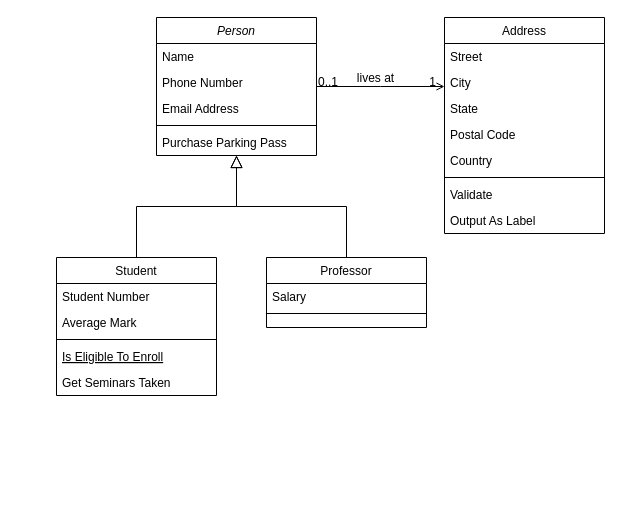
Above: 제목 없는 다이어그램.drawio in duathcys/-ToDo (draw.io), before the change. Source tidied: cells renumbered, new cells numbered last; positions are measured from the earlier drawing's top-left corner, leaving out a move shared by most shapes. Both pictures are drawn from the tidied source at 100%, with x=0, y=0 at pixel (56, 17).
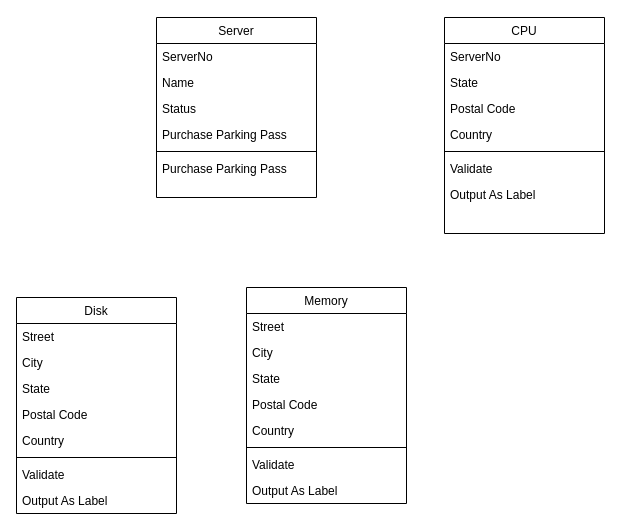
After the change.

Commit message:
제목 없는 다이어그램.drawio 업데이트

Diff of the diagram source:
```diff
@@
-    <mxCell id="2" value="Person" style="swimlane;fontStyle=2;align=center;verticalAlign=top;horizontal=1;startSize=26;rounded=0;shadow=0;strokeWidth=1;" parent="1" vertex="1">
-      <mxGeometry x="100" width="160" height="138" as="geometry" />
+    <mxCell id="2" value="Server" style="swimlane;fontStyle=0;align=center;verticalAlign=top;horizontal=1;startSize=26;rounded=0;shadow=0;strokeWidth=1;" parent="1" vertex="1">
+      <mxGeometry x="100" width="160" height="180" as="geometry" />
     </mxCell>
-    <mxCell id="3" value="Name" style="text;align=left;verticalAlign=top;spacingLeft=4;spacingRight=4;overflow=hidden;" parent="2" vertex="1">
+    <mxCell id="3" value="ServerNo" style="text;align=left;verticalAlign=top;spacingLeft=4;spacingRight=4;overflow=hidden;" parent="2" vertex="1">
       <mxGeometry y="26" width="160" height="26" as="geometry" />
     </mxCell>
-    <mxCell id="4" value="Phone Number" style="text;align=left;verticalAlign=top;spacingLeft=4;spacingRight=4;overflow=hidden;rounded=0;shadow=0;html=0;" parent="2" vertex="1">
+    <mxCell id="4" value="Name" style="text;align=left;verticalAlign=top;spacingLeft=4;spacingRight=4;overflow=hidden;rounded=0;shadow=0;html=0;" parent="2" vertex="1">
       <mxGeometry y="52" width="160" height="26" as="geometry" />
     </mxCell>
-    <mxCell id="5" value="Email Address" style="text;align=left;verticalAlign=top;spacingLeft=4;spacingRight=4;overflow=hidden;rounded=0;shadow=0;html=0;" parent="2" vertex="1">
+    <mxCell id="5" value="Status" style="text;align=left;verticalAlign=top;spacingLeft=4;spacingRight=4;overflow=hidden;rounded=0;shadow=0;html=0;" parent="2" vertex="1">
       <mxGeometry y="78" width="160" height="26" as="geometry" />
     </mxCell>
+    <mxCell id="7" value="Purchase Parking Pass" style="text;align=left;verticalAlign=top;spacingLeft=4;spacingRight=4;overflow=hidden;" parent="2" vertex="1">
+      <mxGeometry y="104" width="160" height="26" as="geometry" />
+    </mxCell>
     <mxCell id="6" style="line;html=1;strokeWidth=1;align=left;verticalAlign=middle;spacingTop=-1;spacingLeft=3;spacingRight=3;labelPosition=right;" parent="2" vertex="1">
-      <mxGeometry y="104" width="160" height="8" as="geometry" />
+      <mxGeometry y="130" width="160" height="8" as="geometry" />
     </mxCell>
-    <mxCell id="7" value="Purchase Parking Pass" style="text;align=left;verticalAlign=top;spacingLeft=4;spacingRight=4;overflow=hidden;" parent="2" vertex="1">
-      <mxGeometry y="112" width="160" height="26" as="geometry" />
-    </mxCell>
-    <mxCell id="8" value="Student" style="swimlane;fontStyle=0;align=center;verticalAlign=top;horizontal=1;startSize=26;rounded=0;shadow=0;strokeWidth=1;" parent="1" vertex="1">
-      <mxGeometry y="240" width="160" height="138" as="geometry" />
-    </mxCell>
-    <mxCell id="9" value="Student Number" style="text;align=left;verticalAlign=top;spacingLeft=4;spacingRight=4;overflow=hidden;" parent="8" vertex="1">
-      <mxGeometry y="26" width="160" height="26" as="geometry" />
-    </mxCell>
-    <mxCell id="10" value="Average Mark" style="text;align=left;verticalAlign=top;spacingLeft=4;spacingRight=4;overflow=hidden;rounded=0;shadow=0;html=0;" parent="8" vertex="1">
-      <mxGeometry y="52" width="160" height="26" as="geometry" />
-    </mxCell>
-    <mxCell id="11" style="line;html=1;strokeWidth=1;align=left;verticalAlign=middle;spacingTop=-1;spacingLeft=3;spacingRight=3;labelPosition=right;" parent="8" vertex="1">
-      <mxGeometry y="78" width="160" height="8" as="geometry" />
-    </mxCell>
-    <mxCell id="12" value="Is Eligible To Enroll" style="text;align=left;verticalAlign=top;spacingLeft=4;spacingRight=4;overflow=hidden;fontStyle=4;" parent="8" vertex="1">
-      <mxGeometry y="86" width="160" height="26" as="geometry" />
-    </mxCell>
-    <mxCell id="13" value="Get Seminars Taken" style="text;align=left;verticalAlign=top;spacingLeft=4;spacingRight=4;overflow=hidden;" parent="8" vertex="1">
-      <mxGeometry y="112" width="160" height="26" as="geometry" />
-    </mxCell>
-    <mxCell id="14" style="endArrow=block;endSize=10;endFill=0;shadow=0;strokeWidth=1;rounded=0;edgeStyle=elbowEdgeStyle;elbow=vertical;" parent="1" edge="1" source="8" target="2">
-      <mxGeometry relative="1" as="geometry" />
-    </mxCell>
-    <mxCell id="15" value="Professor" style="swimlane;fontStyle=0;align=center;verticalAlign=top;horizontal=1;startSize=26;rounded=0;shadow=0;strokeWidth=1;" parent="1" vertex="1">
-      <mxGeometry x="210" y="240" width="160" height="70" as="geometry" />
-    </mxCell>
-    <mxCell id="16" value="Salary" style="text;align=left;verticalAlign=top;spacingLeft=4;spacingRight=4;overflow=hidden;" parent="15" vertex="1">
-      <mxGeometry y="26" width="160" height="26" as="geometry" />
-    </mxCell>
-    <mxCell id="17" style="line;html=1;strokeWidth=1;align=left;verticalAlign=middle;spacingTop=-1;spacingLeft=3;spacingRight=3;labelPosition=right;" parent="15" vertex="1">
-      <mxGeometry y="52" width="160" height="8" as="geometry" />
-    </mxCell>
-    <mxCell id="18" style="endArrow=block;endSize=10;endFill=0;shadow=0;strokeWidth=1;rounded=0;edgeStyle=elbowEdgeStyle;elbow=vertical;" parent="1" edge="1" source="15" target="2">
-      <mxGeometry relative="1" as="geometry" />
-    </mxCell>
+    <mxCell id="32" value="Purchase Parking Pass" style="text;align=left;verticalAlign=top;spacingLeft=4;spacingRight=4;overflow=hidden;" parent="2" vertex="1">
+      <mxGeometry y="138" width="160" height="26" as="geometry" />
+    </mxCell>
-    <mxCell id="19" value="Address" style="swimlane;fontStyle=0;align=center;verticalAlign=top;horizontal=1;startSize=26;rounded=0;shadow=0;strokeWidth=1;" parent="1" vertex="1">
+    <mxCell id="19" value="CPU" style="swimlane;fontStyle=0;align=center;verticalAlign=top;horizontal=1;startSize=26;rounded=0;shadow=0;strokeWidth=1;" parent="1" vertex="1">
       <mxGeometry x="388" width="160" height="216" as="geometry" />
     </mxCell>
-    <mxCell id="20" value="Street" style="text;align=left;verticalAlign=top;spacingLeft=4;spacingRight=4;overflow=hidden;" parent="19" vertex="1">
+    <mxCell id="20" value="ServerNo" style="text;align=left;verticalAlign=top;spacingLeft=4;spacingRight=4;overflow=hidden;" parent="19" vertex="1">
       <mxGeometry y="26" width="160" height="26" as="geometry" />
     </mxCell>
-    <mxCell id="21" value="City" style="text;align=left;verticalAlign=top;spacingLeft=4;spacingRight=4;overflow=hidden;rounded=0;shadow=0;html=0;" parent="19" vertex="1">
-      <mxGeometry y="52" width="160" height="26" as="geometry" />
-    </mxCell>
     <mxCell id="22" value="State" style="text;align=left;verticalAlign=top;spacingLeft=4;spacingRight=4;overflow=hidden;rounded=0;shadow=0;html=0;" parent="19" vertex="1">
-      <mxGeometry y="78" width="160" height="26" as="geometry" />
+      <mxGeometry y="52" width="160" height="26" as="geometry" />
     </mxCell>
     <mxCell id="23" value="Postal Code" style="text;align=left;verticalAlign=top;spacingLeft=4;spacingRight=4;overflow=hidden;rounded=0;shadow=0;html=0;" parent="19" vertex="1">
-      <mxGeometry y="104" width="160" height="26" as="geometry" />
+      <mxGeometry y="78" width="160" height="26" as="geometry" />
     </mxCell>
     <mxCell id="24" value="Country" style="text;align=left;verticalAlign=top;spacingLeft=4;spacingRight=4;overflow=hidden;rounded=0;shadow=0;html=0;" parent="19" vertex="1">
-      <mxGeometry y="130" width="160" height="26" as="geometry" />
+      <mxGeometry y="104" width="160" height="26" as="geometry" />
     </mxCell>
     <mxCell id="25" style="line;html=1;strokeWidth=1;align=left;verticalAlign=middle;spacingTop=-1;spacingLeft=3;spacingRight=3;labelPosition=right;" parent="19" vertex="1">
-      <mxGeometry y="156" width="160" height="8" as="geometry" />
+      <mxGeometry y="130" width="160" height="8" as="geometry" />
     </mxCell>
     <mxCell id="26" value="Validate" style="text;align=left;verticalAlign=top;spacingLeft=4;spacingRight=4;overflow=hidden;" parent="19" vertex="1">
-      <mxGeometry y="164" width="160" height="26" as="geometry" />
+      <mxGeometry y="138" width="160" height="26" as="geometry" />
     </mxCell>
     <mxCell id="27" value="Output As Label" style="text;align=left;verticalAlign=top;spacingLeft=4;spacingRight=4;overflow=hidden;" parent="19" vertex="1">
-      <mxGeometry y="190" width="160" height="26" as="geometry" />
+      <mxGeometry y="164" width="160" height="26" as="geometry" />
     </mxCell>
-    <mxCell id="28" style="endArrow=open;shadow=0;strokeWidth=1;rounded=0;endFill=1;edgeStyle=elbowEdgeStyle;elbow=vertical;" parent="1" edge="1" source="2" target="19">
-      <mxGeometry x="0.5" y="41" relative="1" as="geometry">
-        <mxPoint x="-40" y="32" as="offset" />
-      </mxGeometry>
-    </mxCell>
-    <mxCell id="29" value="0..1" style="align=left;verticalAlign=bottom;labelBackgroundColor=none;fontSize=12;" parent="28" vertex="1">
-      <mxGeometry x="-1" relative="1" as="geometry">
-        <mxPoint y="4" as="offset" />
-      </mxGeometry>
-    </mxCell>
-    <mxCell id="30" value="1" style="align=right;verticalAlign=bottom;labelBackgroundColor=none;fontSize=12;" parent="28" vertex="1">
-      <mxGeometry x="1" relative="1" as="geometry">
-        <mxPoint x="-7" y="4" as="offset" />
-      </mxGeometry>
-    </mxCell>
-    <mxCell id="31" value="lives at" style="text;html=1;align=center;verticalAlign=middle;labelBackgroundColor=none;rounded=0;shadow=0;strokeWidth=1;fontSize=12;" parent="28" vertex="1">
-      <mxGeometry x="0.5" y="49" relative="1" as="geometry">
-        <mxPoint x="-38" y="40" as="offset" />
-      </mxGeometry>
-    </mxCell>
+    <mxCell id="33" value="Memory" style="swimlane;fontStyle=0;align=center;verticalAlign=top;horizontal=1;startSize=26;rounded=0;shadow=0;strokeWidth=1;" parent="1" vertex="1">
+      <mxGeometry x="190" y="270" width="160" height="216" as="geometry" />
+    </mxCell>
+    <mxCell id="34" value="Street" style="text;align=left;verticalAlign=top;spacingLeft=4;spacingRight=4;overflow=hidden;" parent="33" vertex="1">
+      <mxGeometry y="26" width="160" height="26" as="geometry" />
+    </mxCell>
+    <mxCell id="35" value="City" style="text;align=left;verticalAlign=top;spacingLeft=4;spacingRight=4;overflow=hidden;rounded=0;shadow=0;html=0;" parent="33" vertex="1">
+      <mxGeometry y="52" width="160" height="26" as="geometry" />
+    </mxCell>
+    <mxCell id="36" value="State" style="text;align=left;verticalAlign=top;spacingLeft=4;spacingRight=4;overflow=hidden;rounded=0;shadow=0;html=0;" parent="33" vertex="1">
+      <mxGeometry y="78" width="160" height="26" as="geometry" />
+    </mxCell>
+    <mxCell id="37" value="Postal Code" style="text;align=left;verticalAlign=top;spacingLeft=4;spacingRight=4;overflow=hidden;rounded=0;shadow=0;html=0;" parent="33" vertex="1">
+      <mxGeometry y="104" width="160" height="26" as="geometry" />
+    </mxCell>
+    <mxCell id="38" value="Country" style="text;align=left;verticalAlign=top;spacingLeft=4;spacingRight=4;overflow=hidden;rounded=0;shadow=0;html=0;" parent="33" vertex="1">
+      <mxGeometry y="130" width="160" height="26" as="geometry" />
+    </mxCell>
+    <mxCell id="39" style="line;html=1;strokeWidth=1;align=left;verticalAlign=middle;spacingTop=-1;spacingLeft=3;spacingRight=3;labelPosition=right;" parent="33" vertex="1">
+      <mxGeometry y="156" width="160" height="8" as="geometry" />
+    </mxCell>
+    <mxCell id="40" value="Validate" style="text;align=left;verticalAlign=top;spacingLeft=4;spacingRight=4;overflow=hidden;" parent="33" vertex="1">
+      <mxGeometry y="164" width="160" height="26" as="geometry" />
+    </mxCell>
+    <mxCell id="41" value="Output As Label" style="text;align=left;verticalAlign=top;spacingLeft=4;spacingRight=4;overflow=hidden;" parent="33" vertex="1">
+      <mxGeometry y="190" width="160" height="26" as="geometry" />
+    </mxCell>
+    <mxCell id="42" value="Disk" style="swimlane;fontStyle=0;align=center;verticalAlign=top;horizontal=1;startSize=26;rounded=0;shadow=0;strokeWidth=1;" parent="1" vertex="1">
+      <mxGeometry x="-40" y="280" width="160" height="216" as="geometry" />
+    </mxCell>
+    <mxCell id="43" value="Street" style="text;align=left;verticalAlign=top;spacingLeft=4;spacingRight=4;overflow=hidden;" parent="42" vertex="1">
+      <mxGeometry y="26" width="160" height="26" as="geometry" />
+    </mxCell>
+    <mxCell id="44" value="City" style="text;align=left;verticalAlign=top;spacingLeft=4;spacingRight=4;overflow=hidden;rounded=0;shadow=0;html=0;" parent="42" vertex="1">
+      <mxGeometry y="52" width="160" height="26" as="geometry" />
+    </mxCell>
+    <mxCell id="45" value="State" style="text;align=left;verticalAlign=top;spacingLeft=4;spacingRight=4;overflow=hidden;rounded=0;shadow=0;html=0;" parent="42" vertex="1">
+      <mxGeometry y="78" width="160" height="26" as="geometry" />
+    </mxCell>
+    <mxCell id="46" value="Postal Code" style="text;align=left;verticalAlign=top;spacingLeft=4;spacingRight=4;overflow=hidden;rounded=0;shadow=0;html=0;" parent="42" vertex="1">
+      <mxGeometry y="104" width="160" height="26" as="geometry" />
+    </mxCell>
+    <mxCell id="47" value="Country" style="text;align=left;verticalAlign=top;spacingLeft=4;spacingRight=4;overflow=hidden;rounded=0;shadow=0;html=0;" parent="42" vertex="1">
+      <mxGeometry y="130" width="160" height="26" as="geometry" />
+    </mxCell>
+    <mxCell id="48" style="line;html=1;strokeWidth=1;align=left;verticalAlign=middle;spacingTop=-1;spacingLeft=3;spacingRight=3;labelPosition=right;" parent="42" vertex="1">
+      <mxGeometry y="156" width="160" height="8" as="geometry" />
+    </mxCell>
+    <mxCell id="49" value="Validate" style="text;align=left;verticalAlign=top;spacingLeft=4;spacingRight=4;overflow=hidden;" parent="42" vertex="1">
+      <mxGeometry y="164" width="160" height="26" as="geometry" />
+    </mxCell>
+    <mxCell id="50" value="Output As Label" style="text;align=left;verticalAlign=top;spacingLeft=4;spacingRight=4;overflow=hidden;" parent="42" vertex="1">
+      <mxGeometry y="190" width="160" height="26" as="geometry" />
+    </mxCell>
```
